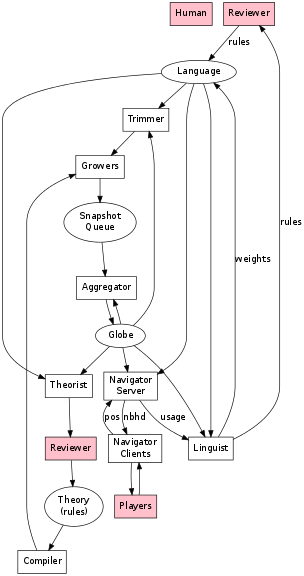
Earlier version of the Graphviz export doc/architecture.png (fritzo/pomagma). Its source is kept beside it as doc/architecture.dot.
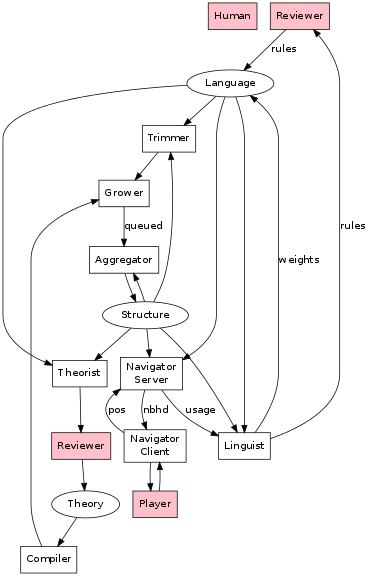
After the commit.

Commit message:
Simplify architecture diagram

Diff of the diagram source:
```diff
@@ -7,39 +7,44 @@
 
 	lang_reviewer [label="Reviewer", style=filled, fillcolor=pink];
 	theory_reviewer [label="Reviewer", style=filled, fillcolor=pink];
-	db_queue [label="Snapshot\nQueue"];
-	Theory [label="Theory\n(rules)"]
 
-	Globe -> Trimmer;
+	subgraph _cluster_grower {
+		color = gray;
+		Grower;
+	}
+
+	Structure -> Trimmer;
 	Language -> Trimmer;
-	Trimmer -> Growers -> db_queue -> Aggregator -> Globe;
-	Globe -> Aggregator;
+	Trimmer -> Grower;
+	Grower -> Aggregator [label="queued"];
+	Aggregator -> Structure;
+	Structure -> Aggregator;
 
-	Globe -> Theorist;
+	Structure -> Theorist;
 	Language ->  Theorist;
-	Theorist -> theory_reviewer -> Theory -> Compiler -> Growers;
+	Theorist -> theory_reviewer -> Theory -> Compiler -> Grower;
 
-	Globe -> Linguist;
+	Structure -> Linguist;
 	Language -> Linguist;
 	Linguist -> Language [label="weights"];
 	Linguist -> lang_reviewer -> Language [label="rules"];
 
-	subgraph navigator {
-		node [shape=box];
-		Players [style=filled, fillcolor=pink];
-		nav_server [label="Navigator\nServer"];
-		nav_clients [label="Navigator\nClients"];
-		nav_server -> nav_clients [label="nbhd"];
-		nav_clients -> nav_server [label="pos"];
-		nav_clients -> Players;
-		Players -> nav_clients;
+	subgraph _cluster_navigator {
+		color = gray;
+		Player [style=filled, fillcolor=pink];
+		nav_client [label="Navigator\nClient"];
+		nav_client -> Player;
+		Player -> nav_client;
 	}
-	Globe -> nav_server;
+
+	nav_server [label="Navigator\nServer"];
+	nav_client -> nav_server [label="pos"];
+	nav_server -> nav_client [label="nbhd"];
+	Structure -> nav_server;
 	Language -> nav_server;
 	nav_server -> Linguist [label="usage"];
 
-	db_queue [shape=ellipse];
 	Language [shape=ellipse];
 	Theory [shape=ellipse];
-	Globe [shape=ellipse];
+	Structure [shape=ellipse];
 }
```
